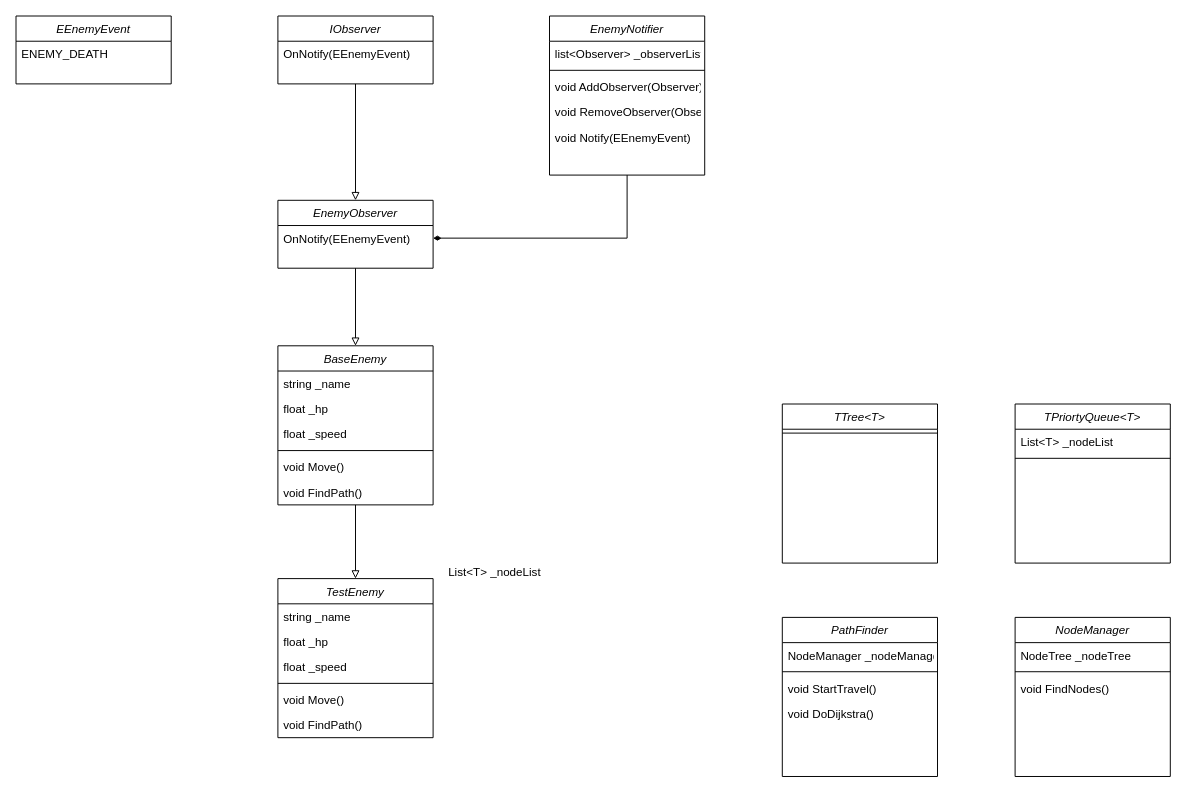
Before: UML/Enemy.drawio in AppleMangoSpd/FPSWithTower, a draw.io diagram. Source tidied: cells renumbered, new cells numbered last; positions are measured from the earlier drawing's top-left corner, leaving out a move shared by most shapes. Both pictures are drawn from the tidied source at 97%, with x=0, y=0 at pixel (16, 16).
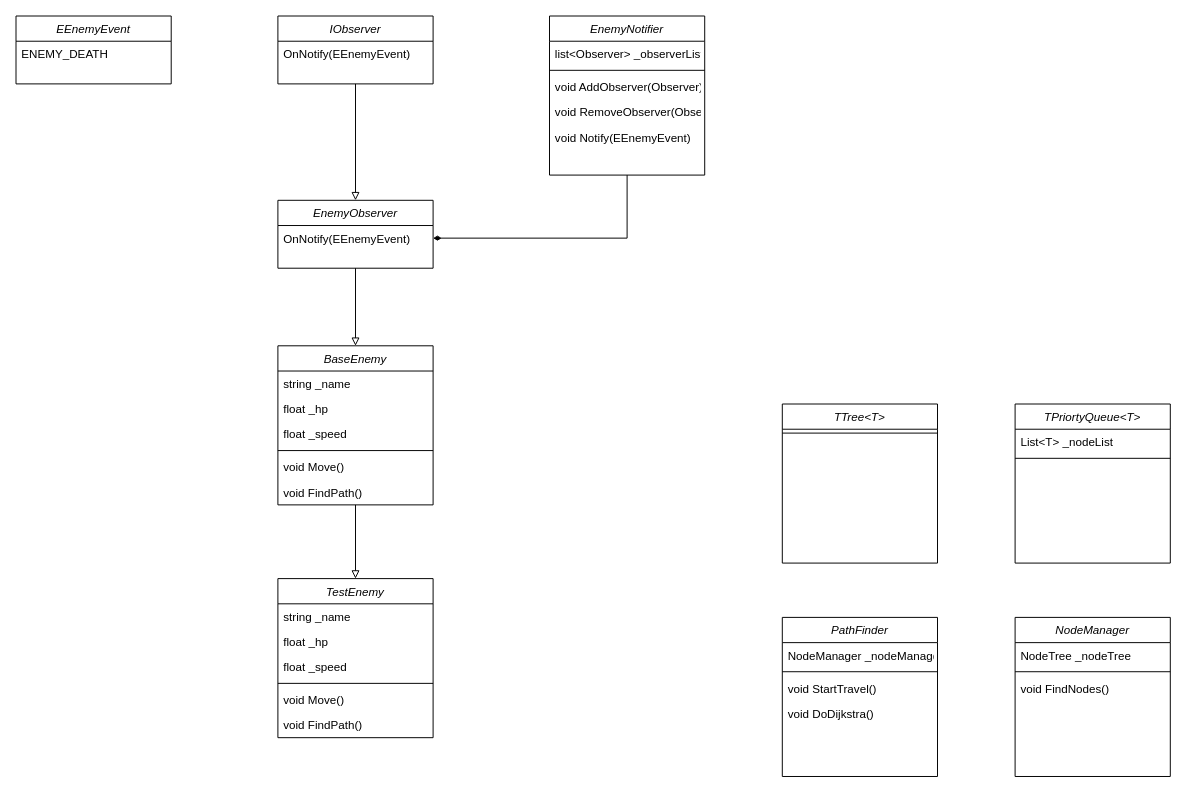
Above is the later version.

Diff of the diagram source:
```diff
@@
-    <mxCell id="46" value="List&lt;T&gt; _nodeList" style="text;align=left;verticalAlign=top;spacingLeft=4;spacingRight=4;overflow=hidden;" parent="1" vertex="1">
-      <mxGeometry x="440" y="560" width="160" height="26" as="geometry" />
-    </mxCell>
```
